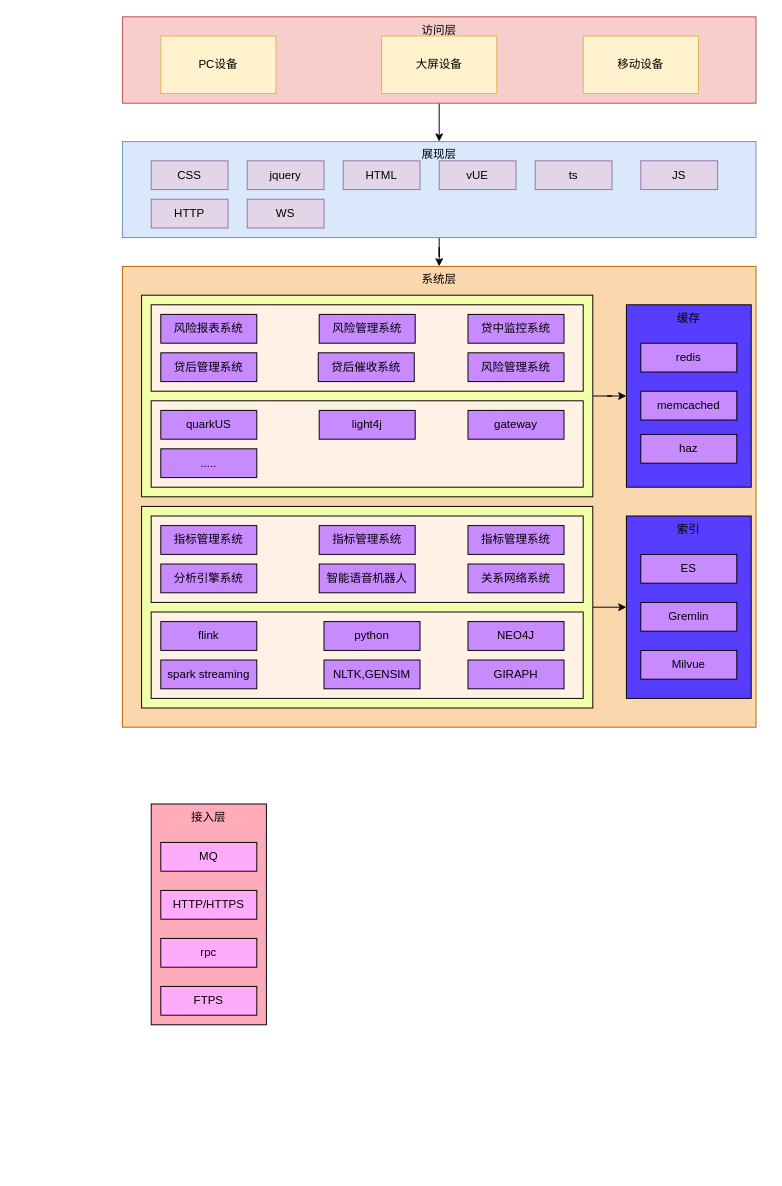
liojian198/Bin-Blog keeps this draw.io diagram as 智能风控系统技术架构.drawio. Above is the earlier version. Source tidied: cells renumbered, new cells numbered last; positions are measured from the earlier drawing's top-left corner, leaving out a move shared by most shapes. Both pictures are drawn from the tidied source at 96%, with x=0, y=0 at pixel (122, 16).
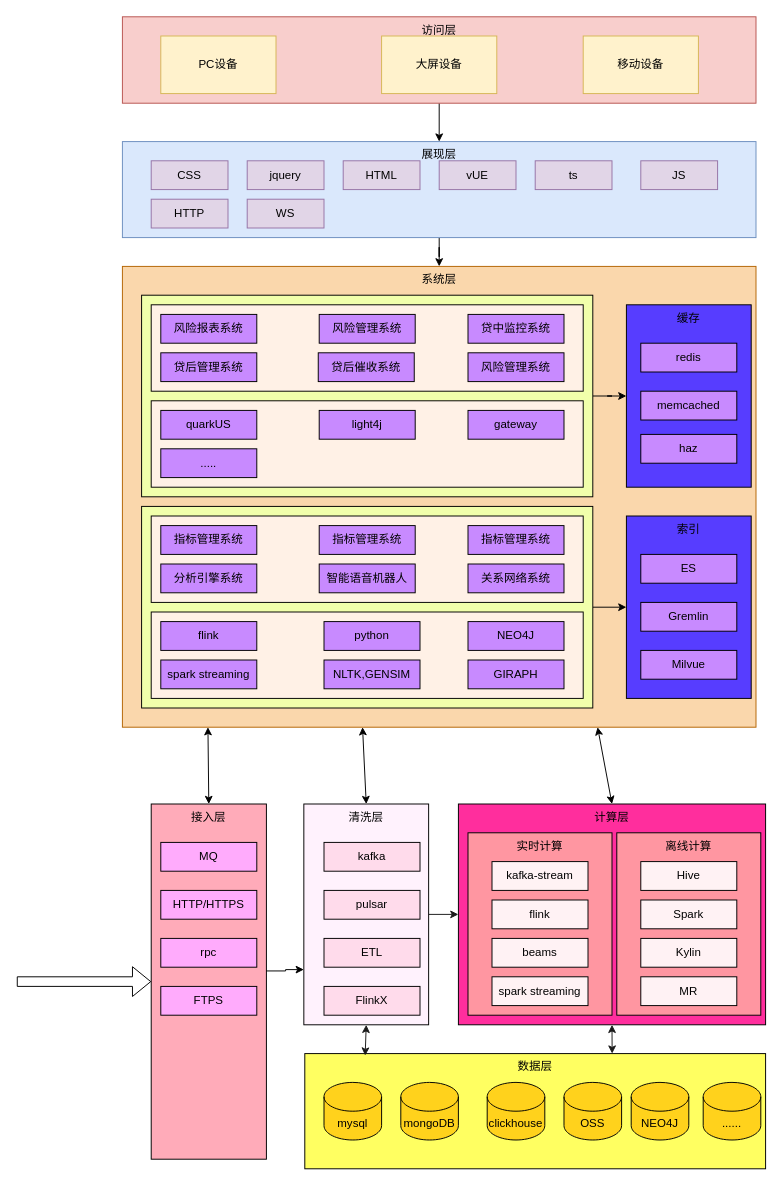
Above is the later version.

Commit message (it also covers changes not shown here):
更新智能风控系统技术架构.drawio

The change refers to these unchanged cells:
```xml
<mxCell id="17" value="系统层" style="rounded=0;whiteSpace=wrap;html=1;fillColor=#fad7ac;strokeColor=#b46504;verticalAlign=top;" parent="1" vertex="1">
  <mxGeometry y="260" width="660" height="480" as="geometry" />
</mxCell>
```

Diff of the diagram source:
```diff
@@
+    <mxCell id="61" style="edgeStyle=orthogonalEdgeStyle;rounded=0;jettySize=auto;html=1;exitX=0.992;exitY=0.47;exitDx=0;exitDy=0;entryX=0;entryY=0.75;entryDx=0;entryDy=0;exitPerimeter=0;" parent="1" edge="1" source="56" target="65">
+      <mxGeometry relative="1" as="geometry" />
+    </mxCell>
     <mxCell id="56" value="接入层" style="rounded=0;whiteSpace=wrap;html=1;verticalAlign=top;fillColor=#FFABB9;" parent="1" vertex="1">
-      <mxGeometry x="30" y="820" width="120" height="230" as="geometry" />
+      <mxGeometry x="30" y="820" width="120" height="370" as="geometry" />
     </mxCell>
@@
+    <mxCell id="62" style="shape=flexArrow;endArrow=classic;html=1;entryX=0;entryY=0.5;entryDx=0;entryDy=0;" parent="1" edge="1" target="56">
+      <mxGeometry relative="1" as="geometry">
+        <mxPoint x="-110" y="1005" as="sourcePoint" />
+      </mxGeometry>
+    </mxCell>
+    <mxCell id="63" style="endArrow=classic;startArrow=classic;html=1;exitX=0.5;exitY=0;exitDx=0;exitDy=0;entryX=0.135;entryY=1;entryDx=0;entryDy=0;entryPerimeter=0;" parent="1" edge="1" source="56" target="17">
+      <mxGeometry relative="1" as="geometry" />
+    </mxCell>
+    <mxCell id="64" style="edgeStyle=orthogonalEdgeStyle;rounded=0;jettySize=auto;html=1;exitX=1;exitY=0.5;exitDx=0;exitDy=0;entryX=0;entryY=0.5;entryDx=0;entryDy=0;strokeColor=#1A1A1A;" parent="1" edge="1" source="65" target="71">
+      <mxGeometry relative="1" as="geometry" />
+    </mxCell>
+    <mxCell id="65" value="清洗层" style="rounded=0;whiteSpace=wrap;html=1;verticalAlign=top;fillColor=#FFF2FD;" parent="1" vertex="1">
+      <mxGeometry x="189" y="820" width="130" height="230" as="geometry" />
+    </mxCell>
+    <mxCell id="66" style="endArrow=classic;startArrow=classic;html=1;exitX=0.5;exitY=0;exitDx=0;exitDy=0;entryX=0.379;entryY=1;entryDx=0;entryDy=0;entryPerimeter=0;" parent="1" edge="1" source="65" target="17">
+      <mxGeometry relative="1" as="geometry" />
+    </mxCell>
+    <mxCell id="67" value="kafka" style="rounded=0;whiteSpace=wrap;html=1;fillColor=#FFDBEB;" parent="1" vertex="1">
+      <mxGeometry x="210" y="860" width="100" height="30" as="geometry" />
+    </mxCell>
+    <mxCell id="68" value="pulsar" style="rounded=0;whiteSpace=wrap;html=1;fillColor=#FFDBEB;" parent="1" vertex="1">
+      <mxGeometry x="210" y="910" width="100" height="30" as="geometry" />
+    </mxCell>
+    <mxCell id="69" value="ETL" style="rounded=0;whiteSpace=wrap;html=1;fillColor=#FFDBEB;" parent="1" vertex="1">
+      <mxGeometry x="210" y="960" width="100" height="30" as="geometry" />
+    </mxCell>
+    <mxCell id="70" value="FlinkX" style="rounded=0;whiteSpace=wrap;html=1;fillColor=#FFDBEB;" parent="1" vertex="1">
+      <mxGeometry x="210" y="1010" width="100" height="30" as="geometry" />
+    </mxCell>
+    <mxCell id="71" value="计算层" style="rounded=0;whiteSpace=wrap;html=1;verticalAlign=top;fillColor=#FF2E9D;" parent="1" vertex="1">
+      <mxGeometry x="350" y="820" width="320" height="230" as="geometry" />
+    </mxCell>
+    <mxCell id="72" value="实时计算" style="rounded=0;whiteSpace=wrap;html=1;fillColor=#FF96A1;verticalAlign=top;" parent="1" vertex="1">
+      <mxGeometry x="360" y="850" width="150" height="190" as="geometry" />
+    </mxCell>
+    <mxCell id="73" value="kafka-stream" style="rounded=0;whiteSpace=wrap;html=1;fillColor=#FFF2F4;" parent="1" vertex="1">
+      <mxGeometry x="385" y="880" width="100" height="30" as="geometry" />
+    </mxCell>
+    <mxCell id="74" value="flink" style="rounded=0;whiteSpace=wrap;html=1;fillColor=#FFF2F4;" parent="1" vertex="1">
+      <mxGeometry x="385" y="920" width="100" height="30" as="geometry" />
+    </mxCell>
+    <mxCell id="75" value="beams" style="rounded=0;whiteSpace=wrap;html=1;fillColor=#FFF2F4;" parent="1" vertex="1">
+      <mxGeometry x="385" y="960" width="100" height="30" as="geometry" />
+    </mxCell>
+    <mxCell id="76" value="spark streaming" style="rounded=0;whiteSpace=wrap;html=1;fillColor=#FFF2F4;" parent="1" vertex="1">
+      <mxGeometry x="385" y="1000" width="100" height="30" as="geometry" />
+    </mxCell>
+    <mxCell id="77" value="离线计算" style="rounded=0;whiteSpace=wrap;html=1;fillColor=#FF96A1;verticalAlign=top;" parent="1" vertex="1">
+      <mxGeometry x="515" y="850" width="150" height="190" as="geometry" />
+    </mxCell>
+    <mxCell id="78" value="Hive" style="rounded=0;whiteSpace=wrap;html=1;fillColor=#FFF2F4;" parent="1" vertex="1">
+      <mxGeometry x="540" y="880" width="100" height="30" as="geometry" />
+    </mxCell>
+    <mxCell id="79" value="Spark" style="rounded=0;whiteSpace=wrap;html=1;fillColor=#FFF2F4;" parent="1" vertex="1">
+      <mxGeometry x="540" y="920" width="100" height="30" as="geometry" />
+    </mxCell>
+    <mxCell id="80" value="Kylin" style="rounded=0;whiteSpace=wrap;html=1;fillColor=#FFF2F4;" parent="1" vertex="1">
+      <mxGeometry x="540" y="960" width="100" height="30" as="geometry" />
+    </mxCell>
+    <mxCell id="81" value="MR" style="rounded=0;whiteSpace=wrap;html=1;fillColor=#FFF2F4;" parent="1" vertex="1">
+      <mxGeometry x="540" y="1000" width="100" height="30" as="geometry" />
+    </mxCell>
+    <mxCell id="82" style="endArrow=classic;startArrow=classic;html=1;exitX=0.5;exitY=0;exitDx=0;exitDy=0;entryX=0.75;entryY=1;entryDx=0;entryDy=0;" parent="1" edge="1" source="71" target="17">
+      <mxGeometry relative="1" as="geometry" />
+    </mxCell>
+    <mxCell id="83" value="数据层" style="rounded=0;whiteSpace=wrap;html=1;fillColor=#FFFF61;verticalAlign=top;" parent="1" vertex="1">
+      <mxGeometry x="190" y="1080" width="480" height="120" as="geometry" />
+    </mxCell>
+    <mxCell id="84" value="mysql" style="shape=cylinder3;whiteSpace=wrap;html=1;boundedLbl=1;backgroundOutline=1;size=15;fillColor=#FFD21C;" parent="1" vertex="1">
+      <mxGeometry x="210" y="1110" width="60" height="60" as="geometry" />
+    </mxCell>
+    <mxCell id="85" value="mongoDB" style="shape=cylinder3;whiteSpace=wrap;html=1;boundedLbl=1;backgroundOutline=1;size=15;fillColor=#FFD21C;" parent="1" vertex="1">
+      <mxGeometry x="290" y="1110" width="60" height="60" as="geometry" />
+    </mxCell>
+    <mxCell id="86" value="clickhouse" style="shape=cylinder3;whiteSpace=wrap;html=1;boundedLbl=1;backgroundOutline=1;size=15;fillColor=#FFD21C;" parent="1" vertex="1">
+      <mxGeometry x="380" y="1110" width="60" height="60" as="geometry" />
+    </mxCell>
+    <mxCell id="87" value="OSS" style="shape=cylinder3;whiteSpace=wrap;html=1;boundedLbl=1;backgroundOutline=1;size=15;fillColor=#FFD21C;" parent="1" vertex="1">
+      <mxGeometry x="460" y="1110" width="60" height="60" as="geometry" />
+    </mxCell>
+    <mxCell id="88" value="NEO4J" style="shape=cylinder3;whiteSpace=wrap;html=1;boundedLbl=1;backgroundOutline=1;size=15;fillColor=#FFD21C;" parent="1" vertex="1">
+      <mxGeometry x="530" y="1110" width="60" height="60" as="geometry" />
+    </mxCell>
+    <mxCell id="89" value="......" style="shape=cylinder3;whiteSpace=wrap;html=1;boundedLbl=1;backgroundOutline=1;size=15;fillColor=#FFD21C;" parent="1" vertex="1">
+      <mxGeometry x="605" y="1110" width="60" height="60" as="geometry" />
+    </mxCell>
+    <mxCell id="90" style="endArrow=classic;startArrow=classic;html=1;entryX=0.5;entryY=1;entryDx=0;entryDy=0;exitX=0.131;exitY=0.017;exitDx=0;exitDy=0;exitPerimeter=0;strokeColor=#1A1A1A;" parent="1" edge="1" source="83" target="65">
+      <mxGeometry relative="1" as="geometry" />
+    </mxCell>
+    <mxCell id="91" style="endArrow=classic;startArrow=classic;html=1;entryX=0.5;entryY=1;entryDx=0;entryDy=0;exitX=0.667;exitY=0;exitDx=0;exitDy=0;exitPerimeter=0;strokeColor=#1A1A1A;" parent="1" edge="1" source="83" target="71">
+      <mxGeometry relative="1" as="geometry" />
+    </mxCell>
```
